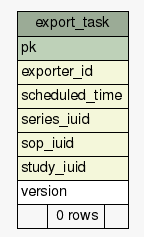
Earlier version of the Graphviz export pacsdb-schema/diagrams/summary/export_task.1degree.png (ztNozdormu/dcm4chee-arc-light). Its source is kept beside it as pacsdb-schema/diagrams/summary/export_task.1degree.dot.
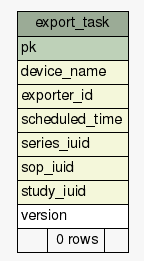
The same file after the commit.

What changed in the source:
```diff
@@ -20,6 +20,7 @@
     <TABLE BORDER="0" CELLBORDER="1" CELLSPACING="0" BGCOLOR="#ffffff">
       <TR><TD COLSPAN="3" BGCOLOR="#9bab96" ALIGN="CENTER">export_task</TD></TR>
       <TR><TD PORT="pk" COLSPAN="3" BGCOLOR="#bed1b8" ALIGN="LEFT">pk</TD></TR>
+      <TR><TD PORT="device_name" COLSPAN="3" BGCOLOR="#f4f7da" ALIGN="LEFT">device_name</TD></TR>
       <TR><TD PORT="exporter_id" COLSPAN="3" BGCOLOR="#f4f7da" ALIGN="LEFT">exporter_id</TD></TR>
       <TR><TD PORT="scheduled_time" COLSPAN="3" BGCOLOR="#f4f7da" ALIGN="LEFT">scheduled_time</TD></TR>
       <TR><TD PORT="series_iuid" COLSPAN="3" BGCOLOR="#f4f7da" ALIGN="LEFT">series_iuid</TD></TR>
```
